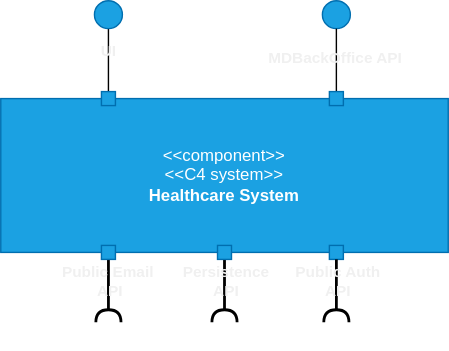
rita-barbosa/LAPR5-2425 keeps this draw.io diagram as docs/sprint-3/team-decisions/views/logical-view/healthcare_system_vl1.svg. Above is the earlier version. Source tidied: cells renumbered, new cells last; positions are measured from the earlier drawing's top-left corner, leaving out a move shared by most shapes. The source it was exported from:
```xml
<mxGraphModel>
  <root>
    <mxCell id="0" />
    <mxCell id="1" parent="0" />
    <mxCell id="2" value="&amp;lt;&amp;lt;component&amp;gt;&amp;gt;&lt;br&gt;&amp;lt;&amp;lt;C4 system&amp;gt;&amp;gt;&lt;br&gt;&lt;b&gt;Healthcare System&lt;/b&gt;" style="html=1;whiteSpace=wrap;fillColor=#1ba1e2;fontColor=#ffffff;strokeColor=#006EAF;" parent="1" vertex="1">
      <mxGeometry y="70" width="320" height="110" as="geometry" />
    </mxCell>
    <mxCell id="3" style="group;" parent="1" vertex="1">
      <mxGeometry x="230" width="20" height="75" as="geometry" />
    </mxCell>
    <mxCell id="4" style="ellipse;whiteSpace=wrap;html=1;fillColor=#1ba1e2;fontColor=#ffffff;strokeColor=#006EAF;" parent="3" vertex="1">
      <mxGeometry width="20" height="20" as="geometry" />
    </mxCell>
    <mxCell id="5" style="edgeStyle=orthogonalEdgeStyle;rounded=0;jettySize=auto;html=1;entryX=0.5;entryY=0;entryDx=0;entryDy=0;endArrow=none;endFill=0;fontColor=#000000;strokeColor=#000000;" parent="3" edge="1" source="4">
      <mxGeometry relative="1" as="geometry">
        <mxPoint x="10" y="65" as="targetPoint" />
      </mxGeometry>
    </mxCell>
    <mxCell id="6" value="MDBackOffice API" style="edgeLabel;html=1;align=center;verticalAlign=middle;fontStyle=1;labelBackgroundColor=none;" parent="5" vertex="1">
      <mxGeometry x="-0.11" y="-2" relative="1" as="geometry" />
    </mxCell>
    <mxCell id="7" style="rounded=0;whiteSpace=wrap;html=1;fillColor=#1ba1e2;fontColor=#ffffff;strokeColor=#006EAF;" parent="3" vertex="1">
      <mxGeometry x="5" y="65" width="10" height="10" as="geometry" />
    </mxCell>
    <mxCell id="8" style="rounded=0;whiteSpace=wrap;html=1;fillColor=#1ba1e2;fontColor=#ffffff;strokeColor=#006EAF;rotation=-180;" parent="3" vertex="1">
      <mxGeometry x="5" y="175" width="10" height="10" as="geometry" />
    </mxCell>
    <mxCell id="9" style="group;rotation=-180;" parent="1" vertex="1">
      <mxGeometry x="67" y="175" width="20" height="75" as="geometry" />
    </mxCell>
    <mxCell id="10" style="edgeStyle=orthogonalEdgeStyle;rounded=0;orthogonalLoop=1;jettySize=auto;html=1;entryX=0.5;entryY=0;entryDx=0;entryDy=0;endArrow=none;endFill=0;fontColor=#000000;strokeColor=#000000;startArrow=halfCircle;startFill=0;strokeWidth=2;" parent="9" edge="1">
      <mxGeometry relative="1" as="geometry">
        <mxPoint x="10" y="55" as="sourcePoint" />
        <mxPoint x="10" y="10" as="targetPoint" />
      </mxGeometry>
    </mxCell>
    <mxCell id="11" value="Public Email&amp;nbsp;&lt;div&gt;API&lt;/div&gt;" style="edgeLabel;html=1;align=center;verticalAlign=middle;labelBackgroundColor=none;fontStyle=1;" parent="10" vertex="1">
      <mxGeometry x="-0.15" relative="1" as="geometry">
        <mxPoint y="-11" as="offset" />
      </mxGeometry>
    </mxCell>
    <mxCell id="12" style="rounded=0;whiteSpace=wrap;html=1;fillColor=#1ba1e2;fontColor=#ffffff;strokeColor=#006EAF;rotation=-180;" parent="9" vertex="1">
      <mxGeometry x="5" width="10" height="10" as="geometry" />
    </mxCell>
    <mxCell id="13" style="edgeStyle=orthogonalEdgeStyle;rounded=0;jettySize=auto;html=1;entryX=0.5;entryY=0;entryDx=0;entryDy=0;endArrow=none;endFill=0;strokeColor=#000000;" parent="1" edge="1" source="15" target="16">
      <mxGeometry relative="1" as="geometry" />
    </mxCell>
    <mxCell id="14" value="&lt;div&gt;&lt;span style=&quot;background-color: initial;&quot;&gt;UI&lt;/span&gt;&lt;br&gt;&lt;/div&gt;" style="edgeLabel;html=1;align=center;verticalAlign=middle;labelBackgroundColor=none;fontStyle=1;" parent="13" vertex="1">
      <mxGeometry x="-0.33" y="-1" relative="1" as="geometry" />
    </mxCell>
    <mxCell id="15" style="ellipse;whiteSpace=wrap;html=1;fillColor=#1ba1e2;fontColor=#ffffff;strokeColor=#006EAF;" parent="1" vertex="1">
      <mxGeometry x="67" width="20" height="20" as="geometry" />
    </mxCell>
    <mxCell id="16" style="rounded=0;whiteSpace=wrap;html=1;fillColor=#1ba1e2;fontColor=#ffffff;strokeColor=#006EAF;" parent="1" vertex="1">
      <mxGeometry x="72" y="65" width="10" height="10" as="geometry" />
    </mxCell>
    <mxCell id="17" style="group;rotation=-180;" parent="1" vertex="1">
      <mxGeometry x="230" y="175" width="20" height="75" as="geometry" />
    </mxCell>
    <mxCell id="18" style="edgeStyle=orthogonalEdgeStyle;rounded=0;orthogonalLoop=1;jettySize=auto;html=1;entryX=0.5;entryY=0;entryDx=0;entryDy=0;endArrow=none;endFill=0;fontColor=#000000;strokeColor=#000000;startArrow=halfCircle;startFill=0;strokeWidth=2;" parent="17" edge="1">
      <mxGeometry relative="1" as="geometry">
        <mxPoint x="10" y="55" as="sourcePoint" />
        <mxPoint x="10" y="10" as="targetPoint" />
      </mxGeometry>
    </mxCell>
    <mxCell id="19" value="Public Auth&lt;div&gt;&lt;span style=&quot;background-color: initial;&quot;&gt;API&lt;/span&gt;&lt;/div&gt;" style="edgeLabel;html=1;align=center;verticalAlign=middle;labelBackgroundColor=none;fontStyle=1;" parent="18" vertex="1">
      <mxGeometry x="-0.15" relative="1" as="geometry">
        <mxPoint y="-11" as="offset" />
      </mxGeometry>
    </mxCell>
    <mxCell id="20" style="edgeStyle=orthogonalEdgeStyle;rounded=0;orthogonalLoop=1;jettySize=auto;html=1;entryX=0.5;entryY=0;entryDx=0;entryDy=0;endArrow=none;endFill=0;fontColor=#000000;strokeColor=#000000;startArrow=halfCircle;startFill=0;strokeWidth=2;" parent="1" edge="1">
      <mxGeometry relative="1" as="geometry">
        <mxPoint x="160" y="230" as="sourcePoint" />
        <mxPoint x="160" y="185" as="targetPoint" />
      </mxGeometry>
    </mxCell>
    <mxCell id="21" value="Persistence&lt;div&gt;API&lt;/div&gt;" style="edgeLabel;html=1;align=center;verticalAlign=middle;labelBackgroundColor=none;fontStyle=1;" parent="20" vertex="1">
      <mxGeometry x="-0.15" relative="1" as="geometry">
        <mxPoint y="-11" as="offset" />
      </mxGeometry>
    </mxCell>
    <mxCell id="22" style="rounded=0;whiteSpace=wrap;html=1;fillColor=#1ba1e2;fontColor=#ffffff;strokeColor=#006EAF;rotation=-180;" parent="1" vertex="1">
      <mxGeometry x="155" y="175" width="10" height="10" as="geometry" />
    </mxCell>
  </root>
</mxGraphModel>
```
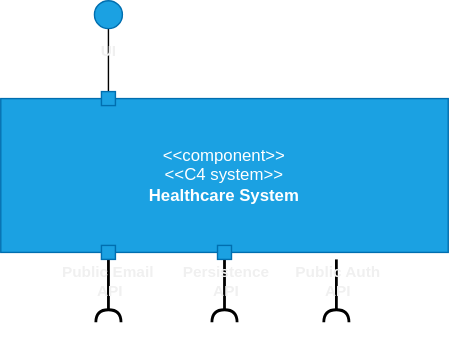
The same file after the commit.

What changed in the source:
```diff
@@ -5,26 +5,6 @@
     <mxCell id="2" value="&amp;lt;&amp;lt;component&amp;gt;&amp;gt;&lt;br&gt;&amp;lt;&amp;lt;C4 system&amp;gt;&amp;gt;&lt;br&gt;&lt;b&gt;Healthcare System&lt;/b&gt;" style="html=1;whiteSpace=wrap;fillColor=#1ba1e2;fontColor=#ffffff;strokeColor=#006EAF;" parent="1" vertex="1">
       <mxGeometry y="70" width="320" height="110" as="geometry" />
     </mxCell>
-    <mxCell id="3" style="group;" parent="1" vertex="1">
-      <mxGeometry x="230" width="20" height="75" as="geometry" />
-    </mxCell>
-    <mxCell id="4" style="ellipse;whiteSpace=wrap;html=1;fillColor=#1ba1e2;fontColor=#ffffff;strokeColor=#006EAF;" parent="3" vertex="1">
-      <mxGeometry width="20" height="20" as="geometry" />
-    </mxCell>
-    <mxCell id="5" style="edgeStyle=orthogonalEdgeStyle;rounded=0;jettySize=auto;html=1;entryX=0.5;entryY=0;entryDx=0;entryDy=0;endArrow=none;endFill=0;fontColor=#000000;strokeColor=#000000;" parent="3" edge="1" source="4">
-      <mxGeometry relative="1" as="geometry">
-        <mxPoint x="10" y="65" as="targetPoint" />
-      </mxGeometry>
-    </mxCell>
-    <mxCell id="6" value="MDBackOffice API" style="edgeLabel;html=1;align=center;verticalAlign=middle;fontStyle=1;labelBackgroundColor=none;" parent="5" vertex="1">
-      <mxGeometry x="-0.11" y="-2" relative="1" as="geometry" />
-    </mxCell>
-    <mxCell id="7" style="rounded=0;whiteSpace=wrap;html=1;fillColor=#1ba1e2;fontColor=#ffffff;strokeColor=#006EAF;" parent="3" vertex="1">
-      <mxGeometry x="5" y="65" width="10" height="10" as="geometry" />
-    </mxCell>
-    <mxCell id="8" style="rounded=0;whiteSpace=wrap;html=1;fillColor=#1ba1e2;fontColor=#ffffff;strokeColor=#006EAF;rotation=-180;" parent="3" vertex="1">
-      <mxGeometry x="5" y="175" width="10" height="10" as="geometry" />
-    </mxCell>
     <mxCell id="9" style="group;rotation=-180;" parent="1" vertex="1">
       <mxGeometry x="67" y="175" width="20" height="75" as="geometry" />
     </mxCell>
```
